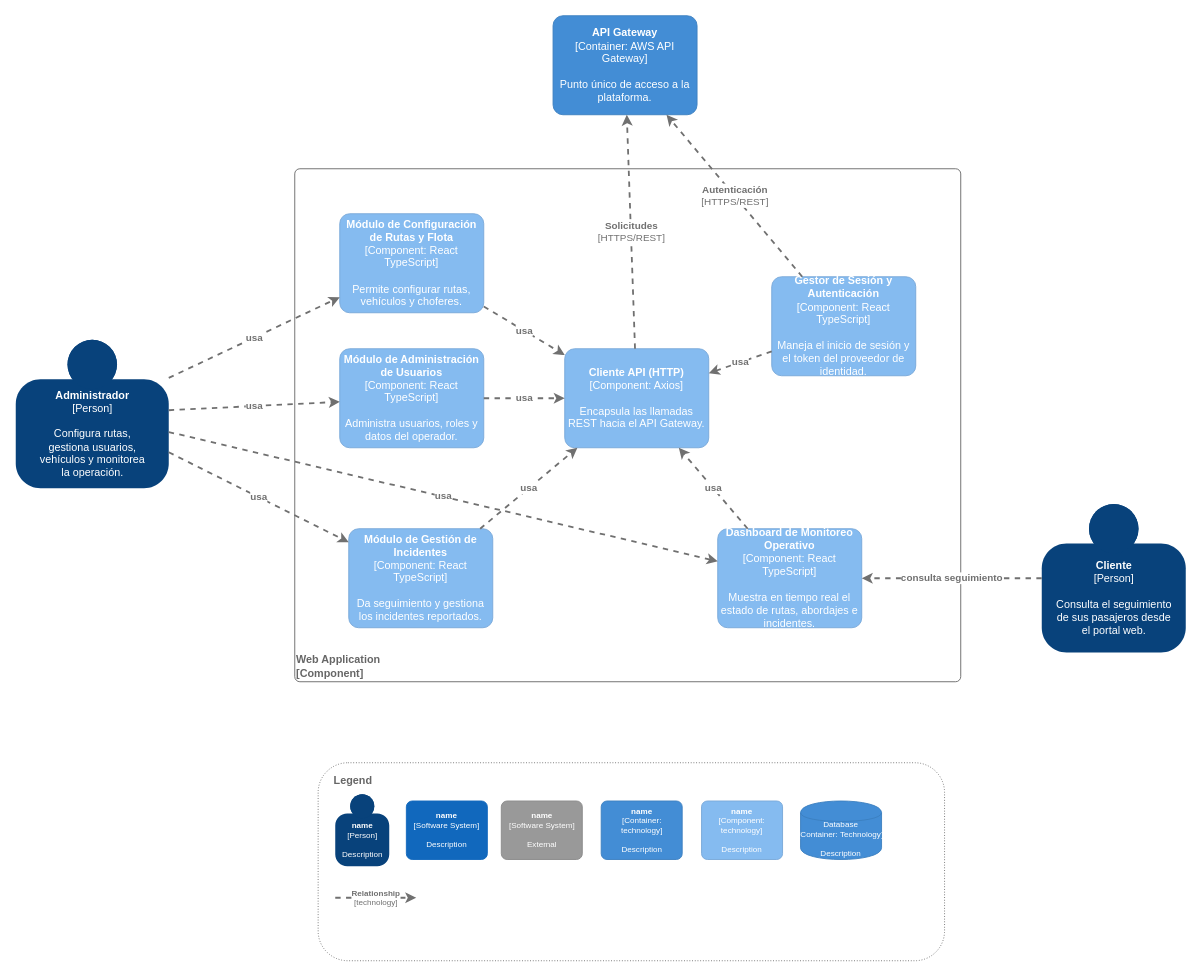
This is page "C4 Component Web Application" (3 of 14) of Diagramas/Diagrama_C4.drawio from tomazoque/pswe-04-proyecto-final, a draw.io file, before an edit. Source tidied: cells renumbered, new cells numbered last; positions are measured from the earlier drawing's top-left corner, leaving out a move shared by most shapes. Both pictures are drawn from the tidied source at 90%, with x=0, y=0 at pixel (15, 15).
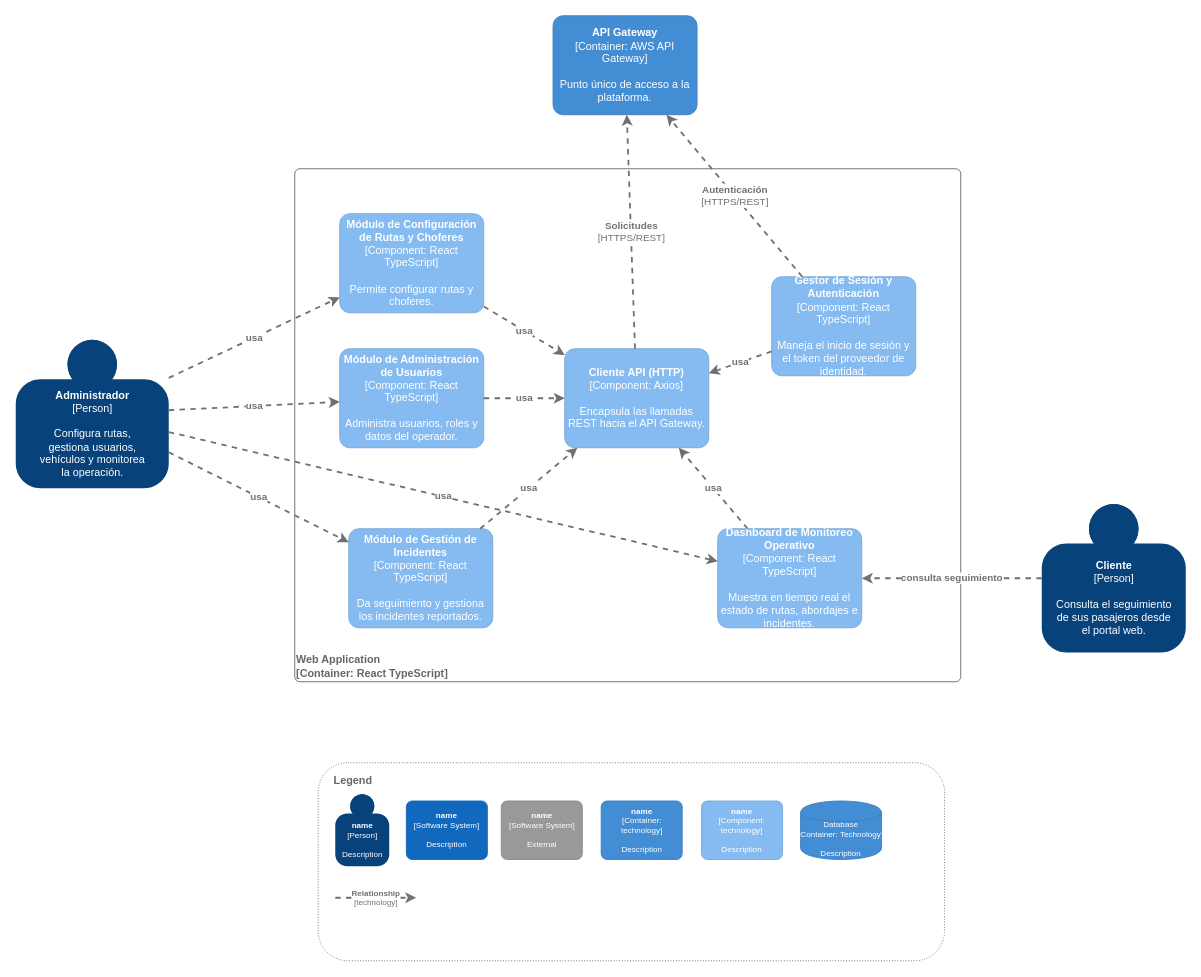
The same page after the edit.

Change to the diagram source:
```diff
@@
-    <mxCell id="5" value="&lt;div style=&quot;text-align: left&quot;&gt;&lt;b&gt;Web Application&lt;/b&gt;&lt;/div&gt;&lt;div style=&quot;text-align: left&quot;&gt;&lt;b&gt;[Component]&lt;/b&gt;&lt;/div&gt;" style="rounded=1;whiteSpace=wrap;html=1;labelBackgroundColor=none;fillColor=#ffffff;align=left;arcSize=1;verticalAlign=bottom;strokeColor=#666666;fontColor=#666666;" parent="1" vertex="1">
+    <mxCell id="5" value="&lt;div style=&quot;text-align: left&quot;&gt;&lt;b&gt;Web Application&lt;/b&gt;&lt;/div&gt;&lt;div style=&quot;text-align: left&quot;&gt;&lt;b&gt;[Container: React TypeScript]&lt;/b&gt;&lt;/div&gt;" style="rounded=1;whiteSpace=wrap;html=1;labelBackgroundColor=none;fillColor=#ffffff;align=left;arcSize=1;verticalAlign=bottom;strokeColor=#666666;fontColor=#666666;" parent="1" vertex="1">
       <mxGeometry x="310" y="170" width="740" height="570" as="geometry" />
     </mxCell>
-    <object id="6" label="&lt;b&gt;%c4Name%&lt;/b&gt;&lt;div&gt;[%c4Type%: %c4Technology%]&lt;/div&gt;&lt;br&gt;&lt;div&gt;%c4Description%&lt;/div&gt;" c4Description="Permite configurar rutas, vehículos y choferes." c4Name="Módulo de Configuración de Rutas y Flota" c4Technology="React TypeScript" c4Type="Component" placeholders="1">
+    <object id="6" label="&lt;b&gt;%c4Name%&lt;/b&gt;&lt;div&gt;[%c4Type%: %c4Technology%]&lt;/div&gt;&lt;br&gt;&lt;div&gt;%c4Description%&lt;/div&gt;" c4Description="Permite configurar rutas y choferes." c4Name="Módulo de Configuración de Rutas y Choferes" c4Technology="React TypeScript" c4Type="Component" placeholders="1">
       <mxCell style="rounded=1;whiteSpace=wrap;html=1;labelBackgroundColor=none;fillColor=#85BBF0;fontColor=#ffffff;align=center;arcSize=10;strokeColor=#78A8D8;metaData={&quot;c4Type&quot;:{&quot;editable&quot;:false}};" parent="1" vertex="1">
         <mxGeometry x="360" y="220" width="160" height="110" as="geometry" />
       </mxCell>
     </object>
```
